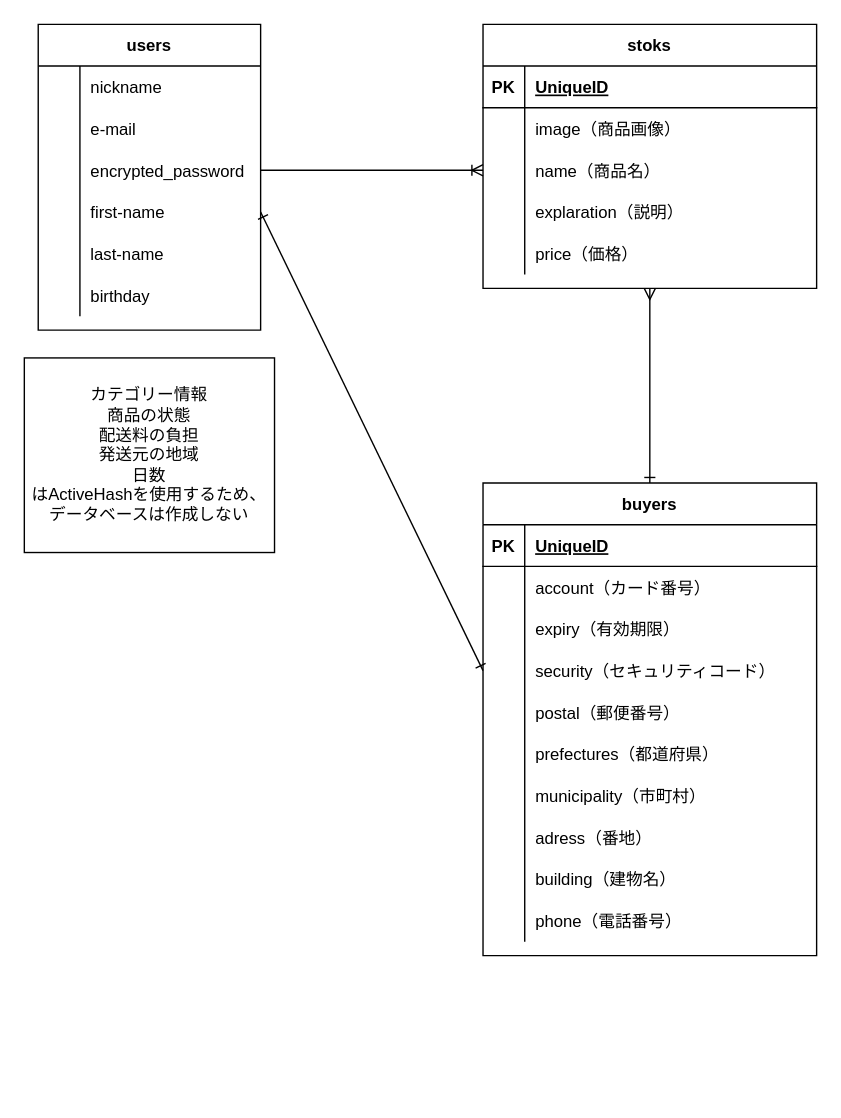
Earlier version of the draw.io diagram ER.dio (batasho/furima-36829). Source tidied: cells renumbered, new cells numbered last; positions are measured from the earlier drawing's top-left corner, leaving out a move shared by most shapes. Both pictures are drawn from the tidied source at 139%, with x=0, y=0 at pixel (24, 24).
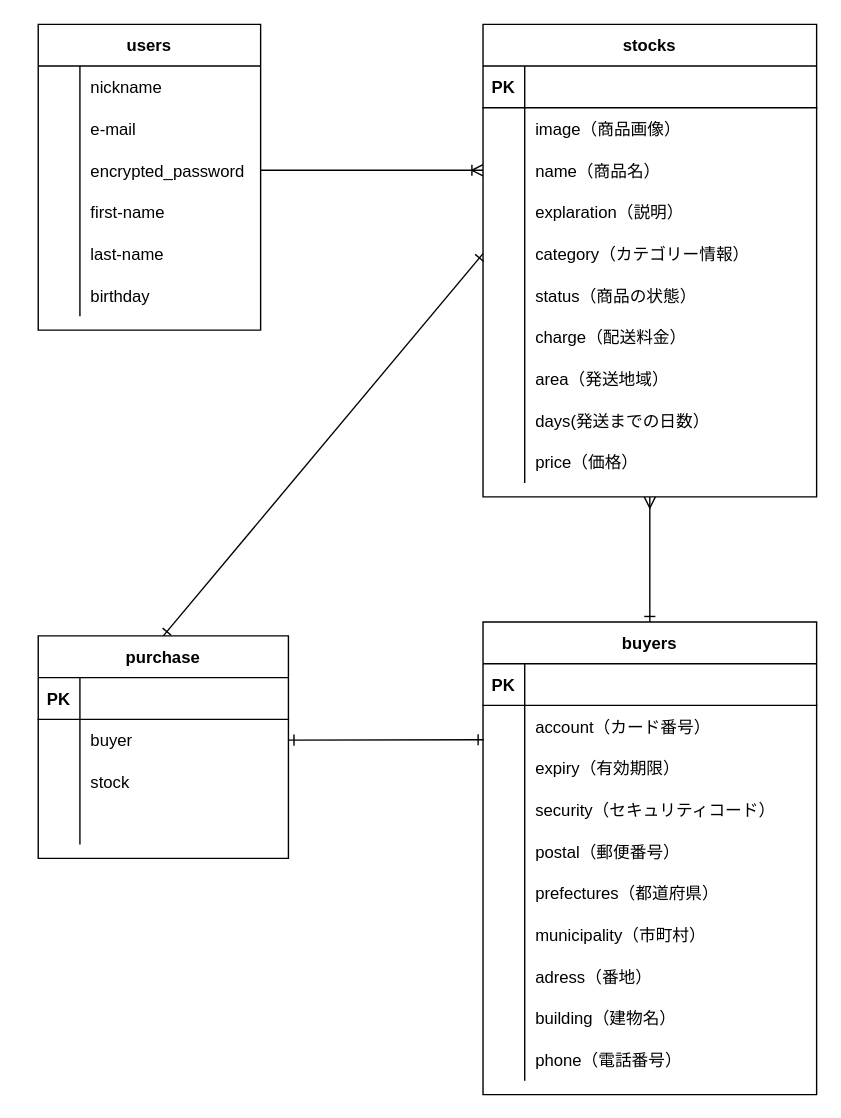
The same page after the edit.

Commit message:
DB設計（ER図の修正）

Unchanged cells that the change refers to:
```xml
<mxCell id="13" style="shape=partialRectangle;fillColor=none;top=0;left=0;bottom=0;right=0;points=[[0,0.5],[1,0.5]];portConstraint=eastwest;" parent="3" vertex="1">
  <mxGeometry y="120" width="160" height="30" as="geometry" />
</mxCell>
<mxCell id="24" style="shape=partialRectangle;fillColor=none;top=0;left=0;bottom=1;right=0;" parent="23" vertex="1">
  <mxGeometry y="30" width="240" height="30" as="geometry" />
</mxCell>
<mxCell id="41" style="shape=partialRectangle;fillColor=none;top=0;left=0;bottom=1;right=0;" parent="40" vertex="1">
  <mxGeometry y="30" width="240" height="30" as="geometry" />
</mxCell>
<mxCell id="44" style="shape=partialRectangle;fillColor=none;top=0;left=0;bottom=0;right=0;points=[[0,0.5],[1,0.5]];portConstraint=eastwest;" parent="40" vertex="1">
  <mxGeometry y="60" width="240" height="30" as="geometry" />
</mxCell>
<mxCell id="50" style="shape=partialRectangle;fillColor=none;top=0;left=0;bottom=0;right=0;points=[[0,0.5],[1,0.5]];portConstraint=eastwest;" parent="40" vertex="1">
  <mxGeometry y="120" width="240" height="30" as="geometry" />
</mxCell>
```

The edit, as a diff of the source:
```diff
@@
-    <mxCell id="2" style="edgeStyle=none;html=1;exitX=1;exitY=0.5;exitDx=0;exitDy=0;entryX=0;entryY=0.5;entryDx=0;entryDy=0;endArrow=ERone;endFill=0;startArrow=ERone;startFill=0;" parent="1" edge="1" source="13" target="50">
-      <mxGeometry relative="1" as="geometry" />
-    </mxCell>
@@
-    <mxCell id="23" value="stoks" style="shape=table;startSize=30;childLayout=tableLayout;rowLines=0;fontStyle=1;align=center;" parent="1" vertex="1">
-      <mxGeometry x="330" width="240" height="190" as="geometry" />
+    <mxCell id="23" value="stocks" style="shape=table;startSize=30;childLayout=tableLayout;rowLines=0;fontStyle=1;align=center;" parent="1" vertex="1">
+      <mxGeometry x="330" width="240" height="340" as="geometry" />
     </mxCell>
@@
-    <mxCell id="26" value="UniqueID" style="shape=partialRectangle;fillColor=none;top=0;left=0;bottom=0;right=0;align=left;spacingLeft=6;fontStyle=5;overflow=hidden;" parent="24" vertex="1">
+    <mxCell id="26" style="shape=partialRectangle;fillColor=none;top=0;left=0;bottom=0;right=0;align=left;spacingLeft=6;fontStyle=5;overflow=hidden;" parent="24" vertex="1">
       <mxGeometry x="30" width="210" height="30" as="geometry" />
     </mxCell>
@@
+    <mxCell id="72" style="shape=partialRectangle;fillColor=none;top=0;left=0;bottom=0;right=0;points=[[0,0.5],[1,0.5]];portConstraint=eastwest;" parent="23" vertex="1">
+      <mxGeometry y="150" width="240" height="30" as="geometry" />
+    </mxCell>
+    <mxCell id="73" style="shape=partialRectangle;fillColor=none;top=0;left=0;bottom=0;right=0;overflow=hidden;" parent="72" vertex="1">
+      <mxGeometry width="30" height="30" as="geometry" />
+    </mxCell>
+    <mxCell id="74" value="category（カテゴリー情報）" style="shape=partialRectangle;fillColor=none;top=0;left=0;bottom=0;right=0;align=left;spacingLeft=6;overflow=hidden;" parent="72" vertex="1">
+      <mxGeometry x="30" width="210" height="30" as="geometry" />
+    </mxCell>
+    <mxCell id="75" style="shape=partialRectangle;fillColor=none;top=0;left=0;bottom=0;right=0;" parent="23" vertex="1">
+      <mxGeometry y="180" width="240" height="30" as="geometry" />
+    </mxCell>
+    <mxCell id="76" style="shape=partialRectangle;fillColor=none;top=0;left=0;bottom=0;right=0;overflow=hidden;" parent="75" vertex="1">
+      <mxGeometry width="30" height="30" as="geometry" />
+    </mxCell>
+    <mxCell id="77" value="status（商品の状態）" style="shape=partialRectangle;fillColor=none;top=0;left=0;bottom=0;right=0;align=left;spacingLeft=6;overflow=hidden;" parent="75" vertex="1">
+      <mxGeometry x="30" width="210" height="30" as="geometry" />
+    </mxCell>
+    <mxCell id="78" style="shape=partialRectangle;fillColor=none;top=0;left=0;bottom=0;right=0;" parent="23" vertex="1">
+      <mxGeometry y="210" width="240" height="30" as="geometry" />
+    </mxCell>
+    <mxCell id="79" style="shape=partialRectangle;fillColor=none;top=0;left=0;bottom=0;right=0;overflow=hidden;" parent="78" vertex="1">
+      <mxGeometry width="30" height="30" as="geometry" />
+    </mxCell>
+    <mxCell id="80" value="charge（配送料金）" style="shape=partialRectangle;fillColor=none;top=0;left=0;bottom=0;right=0;align=left;spacingLeft=6;overflow=hidden;" parent="78" vertex="1">
+      <mxGeometry x="30" width="210" height="30" as="geometry" />
+    </mxCell>
+    <mxCell id="81" style="shape=partialRectangle;fillColor=none;top=0;left=0;bottom=0;right=0;" parent="23" vertex="1">
+      <mxGeometry y="240" width="240" height="30" as="geometry" />
+    </mxCell>
+    <mxCell id="82" style="shape=partialRectangle;fillColor=none;top=0;left=0;bottom=0;right=0;overflow=hidden;" parent="81" vertex="1">
+      <mxGeometry width="30" height="30" as="geometry" />
+    </mxCell>
+    <mxCell id="83" value="area（発送地域）" style="shape=partialRectangle;fillColor=none;top=0;left=0;bottom=0;right=0;align=left;spacingLeft=6;overflow=hidden;" parent="81" vertex="1">
+      <mxGeometry x="30" width="210" height="30" as="geometry" />
+    </mxCell>
+    <mxCell id="71" style="shape=partialRectangle;fillColor=none;top=0;left=0;bottom=0;right=0;" parent="23" vertex="1">
+      <mxGeometry y="270" width="240" height="30" as="geometry" />
+    </mxCell>
+    <mxCell id="84" style="shape=partialRectangle;fillColor=none;top=0;left=0;bottom=0;right=0;overflow=hidden;" parent="71" vertex="1">
+      <mxGeometry width="30" height="30" as="geometry" />
+    </mxCell>
+    <mxCell id="85" value="days(発送までの日数）" style="shape=partialRectangle;fillColor=none;top=0;left=0;bottom=0;right=0;align=left;spacingLeft=6;overflow=hidden;" parent="71" vertex="1">
+      <mxGeometry x="30" width="210" height="30" as="geometry" />
+    </mxCell>
     <mxCell id="36" style="shape=partialRectangle;fillColor=none;top=0;left=0;bottom=0;right=0;" parent="23" vertex="1">
-      <mxGeometry y="150" width="240" height="30" as="geometry" />
+      <mxGeometry y="300" width="240" height="30" as="geometry" />
     </mxCell>
@@
     <mxCell id="40" value="buyers" style="shape=table;startSize=30;childLayout=tableLayout;rowLines=0;fontStyle=1;align=center;" parent="1" vertex="1">
-      <mxGeometry x="330" y="330" width="240" height="340" as="geometry" />
+      <mxGeometry x="330" y="430" width="240" height="340" as="geometry" />
     </mxCell>
@@
-    <mxCell id="43" value="UniqueID" style="shape=partialRectangle;fillColor=none;top=0;left=0;bottom=0;right=0;align=left;spacingLeft=6;fontStyle=5;overflow=hidden;" parent="41" vertex="1">
+    <mxCell id="43" style="shape=partialRectangle;fillColor=none;top=0;left=0;bottom=0;right=0;align=left;spacingLeft=6;fontStyle=5;overflow=hidden;" parent="41" vertex="1">
       <mxGeometry x="30" width="210" height="30" as="geometry" />
     </mxCell>
@@
-    <mxCell id="71" value="カテゴリー情報&lt;br&gt;商品の状態&lt;br&gt;配送料の負担&lt;br&gt;発送元の地域&lt;br&gt;日数&lt;br&gt;はActiveHashを使用するため、データベースは作成しない" style="whiteSpace=wrap;html=1;align=center;" parent="1" vertex="1">
-      <mxGeometry y="240" width="180" height="140" as="geometry" />
-    </mxCell>
+    <mxCell id="86" style="edgeStyle=none;html=1;exitX=0.5;exitY=0;exitDx=0;exitDy=0;entryX=0;entryY=0.5;entryDx=0;entryDy=0;startArrow=ERone;startFill=0;endArrow=ERone;endFill=0;" parent="1" edge="1" source="87" target="72">
+      <mxGeometry relative="1" as="geometry" />
+    </mxCell>
+    <mxCell id="87" value="purchase" style="shape=table;startSize=30;childLayout=tableLayout;rowLines=0;fontStyle=1;align=center;" parent="1" vertex="1">
+      <mxGeometry x="10" y="440" width="180" height="160" as="geometry" />
+    </mxCell>
+    <mxCell id="88" style="shape=partialRectangle;fillColor=none;top=0;left=0;bottom=1;right=0;" parent="87" vertex="1">
+      <mxGeometry y="30" width="180" height="30" as="geometry" />
+    </mxCell>
+    <mxCell id="89" value="PK" style="shape=partialRectangle;fillColor=none;top=0;left=0;bottom=0;right=0;fontStyle=1;overflow=hidden;" parent="88" vertex="1">
+      <mxGeometry width="30" height="30" as="geometry" />
+    </mxCell>
+    <mxCell id="90" style="shape=partialRectangle;fillColor=none;top=0;left=0;bottom=0;right=0;align=left;spacingLeft=6;fontStyle=5;overflow=hidden;" parent="88" vertex="1">
+      <mxGeometry x="30" width="150" height="30" as="geometry" />
+    </mxCell>
+    <mxCell id="91" style="shape=partialRectangle;fillColor=none;top=0;left=0;bottom=0;right=0;points=[[0,0.5],[1,0.5]];portConstraint=eastwest;" parent="87" vertex="1">
+      <mxGeometry y="60" width="180" height="30" as="geometry" />
+    </mxCell>
+    <mxCell id="92" style="shape=partialRectangle;fillColor=none;top=0;left=0;bottom=0;right=0;overflow=hidden;" parent="91" vertex="1">
+      <mxGeometry width="30" height="30" as="geometry" />
+    </mxCell>
+    <mxCell id="93" value="buyer" style="shape=partialRectangle;fillColor=none;top=0;left=0;bottom=0;right=0;align=left;spacingLeft=6;overflow=hidden;" parent="91" vertex="1">
+      <mxGeometry x="30" width="150" height="30" as="geometry" />
+    </mxCell>
+    <mxCell id="94" style="shape=partialRectangle;fillColor=none;top=0;left=0;bottom=0;right=0;" parent="87" vertex="1">
+      <mxGeometry y="90" width="180" height="30" as="geometry" />
+    </mxCell>
+    <mxCell id="95" style="shape=partialRectangle;fillColor=none;top=0;left=0;bottom=0;right=0;overflow=hidden;" parent="94" vertex="1">
+      <mxGeometry width="30" height="30" as="geometry" />
+    </mxCell>
+    <mxCell id="96" value="stock" style="shape=partialRectangle;fillColor=none;top=0;left=0;bottom=0;right=0;align=left;spacingLeft=6;overflow=hidden;" parent="94" vertex="1">
+      <mxGeometry x="30" width="150" height="30" as="geometry" />
+    </mxCell>
+    <mxCell id="97" style="shape=partialRectangle;fillColor=none;top=0;left=0;bottom=0;right=0;" parent="87" vertex="1">
+      <mxGeometry y="120" width="180" height="30" as="geometry" />
+    </mxCell>
+    <mxCell id="98" style="shape=partialRectangle;fillColor=none;top=0;left=0;bottom=0;right=0;overflow=hidden;" parent="97" vertex="1">
+      <mxGeometry width="30" height="30" as="geometry" />
+    </mxCell>
+    <mxCell id="99" style="shape=partialRectangle;fillColor=none;top=0;left=0;bottom=0;right=0;align=left;spacingLeft=6;overflow=hidden;" parent="97" vertex="1">
+      <mxGeometry x="30" width="150" height="30" as="geometry" />
+    </mxCell>
+    <mxCell id="100" style="edgeStyle=none;html=1;exitX=1;exitY=0.5;exitDx=0;exitDy=0;entryX=0.002;entryY=0.824;entryDx=0;entryDy=0;entryPerimeter=0;endArrow=ERone;endFill=0;startArrow=ERone;startFill=0;" parent="1" edge="1" source="91" target="44">
+      <mxGeometry relative="1" as="geometry" />
+    </mxCell>
```
